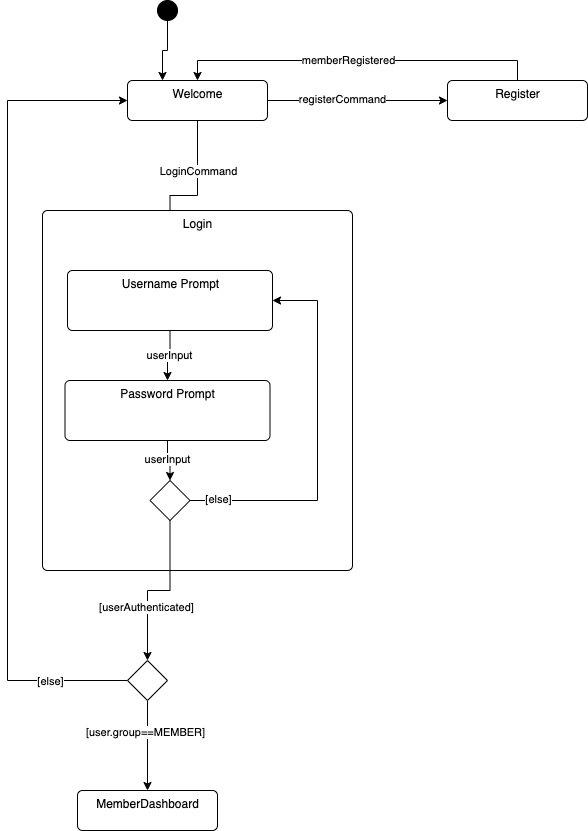
The draw.io diagram diagrams/state.png in ArthurAtangana/club-management-system, before a commit. Source tidied: cells renumbered, new cells last; positions are measured from the earlier drawing's top-left corner, leaving out a move shared by most shapes.
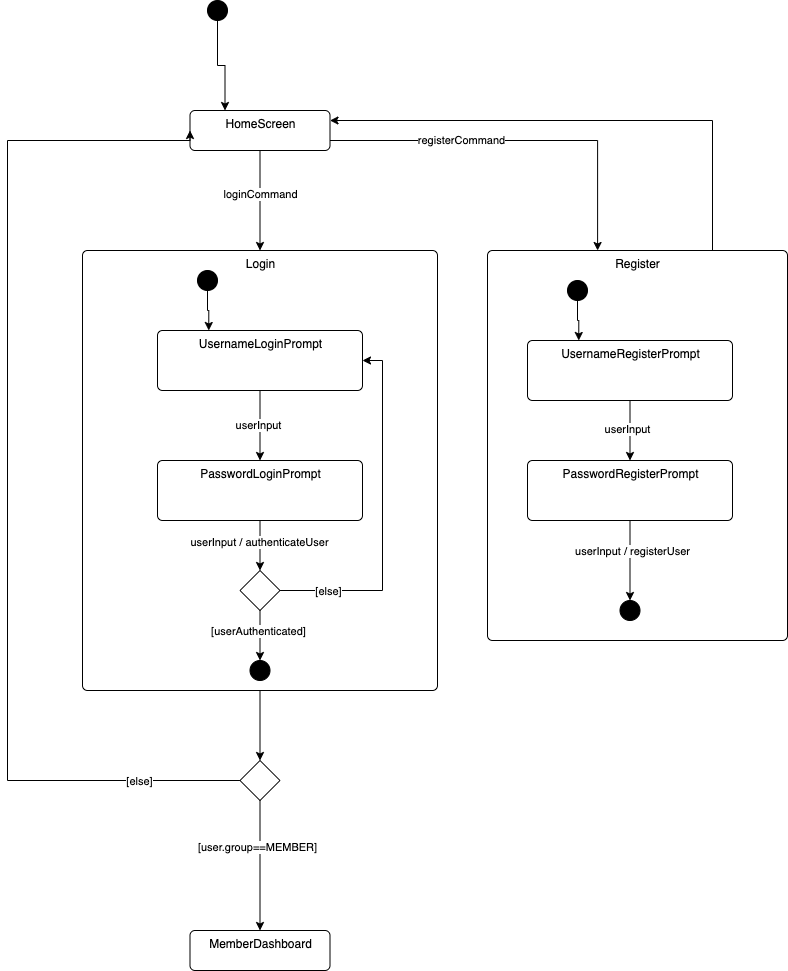
The same diagram one commit later.

Commit message:
docs: update state diagram to current model

Diff of the diagram source:
```diff
@@ -2,37 +2,37 @@
   <root>
     <mxCell id="0" />
     <mxCell id="1" parent="0" />
-    <mxCell id="2" style="edgeStyle=orthogonalEdgeStyle;rounded=0;jettySize=auto;html=1;exitX=1;exitY=0.5;exitDx=0;exitDy=0;entryX=0;entryY=0.5;entryDx=0;entryDy=0;" parent="1" edge="1" source="6" target="10">
+    <mxCell id="2" style="edgeStyle=orthogonalEdgeStyle;rounded=0;jettySize=auto;html=1;exitX=1;exitY=0.75;exitDx=0;exitDy=0;entryX=0.367;entryY=0;entryDx=0;entryDy=0;entryPerimeter=0;" parent="1" edge="1" source="6" target="10">
       <mxGeometry relative="1" as="geometry" />
     </mxCell>
     <mxCell id="3" value="registerCommand" style="edgeLabel;html=1;align=center;verticalAlign=middle;" parent="2" vertex="1">
-      <mxGeometry x="-0.18" y="2" relative="1" as="geometry" />
+      <mxGeometry x="-0.31" y="1" relative="1" as="geometry">
+        <mxPoint x="1" as="offset" />
+      </mxGeometry>
     </mxCell>
-    <mxCell id="4" style="edgeStyle=orthogonalEdgeStyle;rounded=0;jettySize=auto;html=1;exitX=0.5;exitY=1;exitDx=0;exitDy=0;" parent="1" edge="1" source="6" target="21">
-      <mxGeometry relative="1" as="geometry" />
-    </mxCell>
-    <mxCell id="5" value="LoginCommand" style="edgeLabel;html=1;align=center;verticalAlign=middle;" parent="4" vertex="1">
-      <mxGeometry x="-0.35" y="-2" relative="1" as="geometry">
-        <mxPoint x="2" y="-8" as="offset" />
-      </mxGeometry>
-    </mxCell>
+    <mxCell id="30" style="edgeStyle=orthogonalEdgeStyle;rounded=0;jettySize=auto;html=1;entryX=0.5;entryY=0;entryDx=0;entryDy=0;" parent="1" edge="1" source="6" target="7">
+      <mxGeometry relative="1" as="geometry" />
+    </mxCell>
+    <mxCell id="31" value="loginCommand" style="edgeLabel;html=1;align=center;verticalAlign=middle;" parent="30" vertex="1">
+      <mxGeometry x="-0.14" relative="1" as="geometry" />
+    </mxCell>
-    <mxCell id="6" value="Welcome" style="html=1;align=center;verticalAlign=top;rounded=1;absoluteArcSize=1;arcSize=10;dashed=0;" parent="1" vertex="1">
-      <mxGeometry x="120" y="80" width="140" height="40" as="geometry" />
+    <mxCell id="6" value="HomeScreen" style="html=1;align=center;verticalAlign=top;rounded=1;absoluteArcSize=1;arcSize=10;dashed=0;" parent="1" vertex="1">
+      <mxGeometry x="92.5" y="70" width="140" height="40" as="geometry" />
     </mxCell>
+    <mxCell id="32" style="edgeStyle=orthogonalEdgeStyle;rounded=0;jettySize=auto;html=1;entryX=0.5;entryY=0;entryDx=0;entryDy=0;" parent="1" edge="1" source="7" target="16">
+      <mxGeometry relative="1" as="geometry" />
+    </mxCell>
     <mxCell id="7" value="Login" style="html=1;align=center;verticalAlign=top;rounded=1;absoluteArcSize=1;arcSize=10;dashed=0;" parent="1" vertex="1">
-      <mxGeometry x="35" y="210" width="310" height="360" as="geometry" />
+      <mxGeometry x="-15" y="210" width="355" height="440" as="geometry" />
     </mxCell>
-    <mxCell id="8" style="edgeStyle=orthogonalEdgeStyle;rounded=0;jettySize=auto;html=1;exitX=0.5;exitY=0;exitDx=0;exitDy=0;entryX=0.5;entryY=0;entryDx=0;entryDy=0;" parent="1" edge="1" source="10" target="6">
+    <mxCell id="8" style="edgeStyle=orthogonalEdgeStyle;rounded=0;jettySize=auto;html=1;exitX=0.75;exitY=0;exitDx=0;exitDy=0;entryX=1;entryY=0.25;entryDx=0;entryDy=0;" parent="1" edge="1" source="10" target="6">
       <mxGeometry relative="1" as="geometry" />
     </mxCell>
-    <mxCell id="9" value="memberRegistered" style="edgeLabel;html=1;align=center;verticalAlign=middle;" parent="8" vertex="1">
-      <mxGeometry x="0.06" y="-1" relative="1" as="geometry" />
-    </mxCell>
     <mxCell id="10" value="Register" style="html=1;align=center;verticalAlign=top;rounded=1;absoluteArcSize=1;arcSize=10;dashed=0;" parent="1" vertex="1">
-      <mxGeometry x="440" y="80" width="140" height="40" as="geometry" />
+      <mxGeometry x="390" y="210" width="300" height="390" as="geometry" />
     </mxCell>
     <mxCell id="11" value="MemberDashboard" style="html=1;align=center;verticalAlign=top;rounded=1;absoluteArcSize=1;arcSize=10;dashed=0;" parent="1" vertex="1">
-      <mxGeometry x="70" y="790" width="140" height="40" as="geometry" />
+      <mxGeometry x="92.5" y="890" width="140" height="40" as="geometry" />
     </mxCell>
     <mxCell id="12" style="edgeStyle=orthogonalEdgeStyle;rounded=0;jettySize=auto;html=1;exitX=0.5;exitY=1;exitDx=0;exitDy=0;entryX=0.5;entryY=0;entryDx=0;entryDy=0;" parent="1" edge="1" source="16" target="11">
       <mxGeometry relative="1" as="geometry" />
@@ -43,8 +43,9 @@
     <mxCell id="14" style="edgeStyle=orthogonalEdgeStyle;rounded=0;jettySize=auto;html=1;exitX=0;exitY=0.5;exitDx=0;exitDy=0;entryX=0;entryY=0.5;entryDx=0;entryDy=0;" parent="1" edge="1" source="16" target="6">
       <mxGeometry relative="1" as="geometry">
         <Array as="points">
-          <mxPoint y="680" />
-          <mxPoint y="100" />
+          <mxPoint x="-90" y="740" />
+          <mxPoint x="-90" y="100" />
+          <mxPoint x="93" y="100" />
         </Array>
       </mxGeometry>
     </mxCell>
@@ -52,13 +53,13 @@
       <mxGeometry x="-0.81" relative="1" as="geometry" />
     </mxCell>
     <mxCell id="16" style="rhombus;whiteSpace=wrap;html=1;" parent="1" vertex="1">
-      <mxGeometry x="120" y="660" width="40" height="40" as="geometry" />
+      <mxGeometry x="142.5" y="720" width="40" height="40" as="geometry" />
     </mxCell>
     <mxCell id="17" style="edgeStyle=orthogonalEdgeStyle;rounded=0;jettySize=auto;html=1;exitX=0.5;exitY=1;exitDx=0;exitDy=0;entryX=0.25;entryY=0;entryDx=0;entryDy=0;" parent="1" edge="1" source="18" target="6">
       <mxGeometry relative="1" as="geometry" />
     </mxCell>
     <mxCell id="18" style="shape=ellipse;html=1;fillColor=strokeColor;fontSize=18;fontColor=#ffffff;" parent="1" vertex="1">
-      <mxGeometry x="150" width="20" height="20" as="geometry" />
+      <mxGeometry x="110" y="-40" width="20" height="20" as="geometry" />
     </mxCell>
     <mxCell id="19" style="edgeStyle=orthogonalEdgeStyle;rounded=0;jettySize=auto;html=1;exitX=0.5;exitY=1;exitDx=0;exitDy=0;" parent="1" edge="1" source="21" target="24">
       <mxGeometry relative="1" as="geometry" />
@@ -68,38 +69,75 @@
         <mxPoint x="-1" as="offset" />
       </mxGeometry>
     </mxCell>
-    <mxCell id="21" value="Username Prompt" style="html=1;align=center;verticalAlign=top;rounded=1;absoluteArcSize=1;arcSize=10;dashed=0;" parent="1" vertex="1">
-      <mxGeometry x="60" y="270" width="205" height="60" as="geometry" />
+    <mxCell id="21" value="UsernameLoginPrompt" style="html=1;align=center;verticalAlign=top;rounded=1;absoluteArcSize=1;arcSize=10;dashed=0;" parent="1" vertex="1">
+      <mxGeometry x="60" y="290" width="205" height="60" as="geometry" />
     </mxCell>
     <mxCell id="22" style="edgeStyle=orthogonalEdgeStyle;rounded=0;jettySize=auto;html=1;exitX=0.5;exitY=1;exitDx=0;exitDy=0;" parent="1" edge="1" source="24" target="29">
       <mxGeometry relative="1" as="geometry" />
     </mxCell>
-    <mxCell id="23" value="userInput" style="edgeLabel;html=1;align=center;verticalAlign=middle;" parent="22" vertex="1">
+    <mxCell id="23" value="userInput / authenticateUser" style="edgeLabel;html=1;align=center;verticalAlign=middle;" parent="22" vertex="1">
       <mxGeometry x="-0.15" y="-1" relative="1" as="geometry" />
     </mxCell>
-    <mxCell id="24" value="Password Prompt" style="html=1;align=center;verticalAlign=top;rounded=1;absoluteArcSize=1;arcSize=10;dashed=0;" parent="1" vertex="1">
-      <mxGeometry x="57.5" y="380" width="205" height="60" as="geometry" />
+    <mxCell id="24" value="PasswordLoginPrompt" style="html=1;align=center;verticalAlign=top;rounded=1;absoluteArcSize=1;arcSize=10;dashed=0;" parent="1" vertex="1">
+      <mxGeometry x="60" y="420" width="205" height="60" as="geometry" />
     </mxCell>
+    <mxCell id="33" style="edgeStyle=orthogonalEdgeStyle;rounded=0;jettySize=auto;html=1;entryX=0.5;entryY=0;entryDx=0;entryDy=0;" parent="1" edge="1" source="29" target="45">
+      <mxGeometry relative="1" as="geometry" />
+    </mxCell>
+    <mxCell id="28" value="[userAuthenticated]" style="edgeLabel;html=1;align=center;verticalAlign=middle;" parent="33" vertex="1">
+      <mxGeometry x="-0.2" y="-2" relative="1" as="geometry" />
+    </mxCell>
-    <mxCell id="25" style="edgeStyle=orthogonalEdgeStyle;rounded=0;jettySize=auto;html=1;exitX=1;exitY=0.5;exitDx=0;exitDy=0;entryX=1;entryY=0.5;entryDx=0;entryDy=0;" parent="1" edge="1" source="29" target="21">
+    <mxCell id="25" style="edgeStyle=orthogonalEdgeStyle;rounded=0;jettySize=auto;html=1;entryX=1;entryY=0.5;entryDx=0;entryDy=0;" parent="1" edge="1" source="29" target="21">
       <mxGeometry relative="1" as="geometry">
         <Array as="points">
-          <mxPoint x="310" y="500" />
-          <mxPoint x="310" y="300" />
-          <mxPoint x="265" y="300" />
+          <mxPoint x="285" y="550" />
+          <mxPoint x="285" y="320" />
         </Array>
       </mxGeometry>
     </mxCell>
     <mxCell id="26" value="[else]" style="edgeLabel;html=1;align=center;verticalAlign=middle;" parent="25" vertex="1">
-      <mxGeometry x="-0.85" y="2" relative="1" as="geometry" />
+      <mxGeometry x="-0.79" relative="1" as="geometry">
+        <mxPoint x="10" as="offset" />
+      </mxGeometry>
     </mxCell>
-    <mxCell id="27" style="edgeStyle=orthogonalEdgeStyle;rounded=0;jettySize=auto;html=1;exitX=0.5;exitY=1;exitDx=0;exitDy=0;entryX=0.5;entryY=0;entryDx=0;entryDy=0;" parent="1" edge="1" source="29" target="16">
-      <mxGeometry relative="1" as="geometry" />
-    </mxCell>
-    <mxCell id="28" value="[userAuthenticated]" style="edgeLabel;html=1;align=center;verticalAlign=middle;" parent="27" vertex="1">
-      <mxGeometry x="0.34" y="-2" relative="1" as="geometry" />
-    </mxCell>
     <mxCell id="29" style="rhombus;whiteSpace=wrap;html=1;" parent="1" vertex="1">
-      <mxGeometry x="142.5" y="480" width="40" height="40" as="geometry" />
+      <mxGeometry x="142.5" y="530" width="40" height="40" as="geometry" />
     </mxCell>
+    <mxCell id="34" style="edgeStyle=orthogonalEdgeStyle;rounded=0;jettySize=auto;html=1;exitX=0.5;exitY=1;exitDx=0;exitDy=0;entryX=0.5;entryY=0;entryDx=0;entryDy=0;" parent="1" edge="1" source="36" target="39">
+      <mxGeometry relative="1" as="geometry" />
+    </mxCell>
+    <mxCell id="35" value="userInput" style="edgeLabel;html=1;align=center;verticalAlign=middle;" parent="34" vertex="1">
+      <mxGeometry x="-0.08" y="-3" relative="1" as="geometry" />
+    </mxCell>
+    <mxCell id="36" value="UsernameRegisterPrompt" style="html=1;align=center;verticalAlign=top;rounded=1;absoluteArcSize=1;arcSize=10;dashed=0;" parent="1" vertex="1">
+      <mxGeometry x="430" y="300" width="205" height="60" as="geometry" />
+    </mxCell>
+    <mxCell id="37" style="edgeStyle=orthogonalEdgeStyle;rounded=0;jettySize=auto;html=1;exitX=0.5;exitY=1;exitDx=0;exitDy=0;entryX=0.5;entryY=0;entryDx=0;entryDy=0;" parent="1" edge="1" source="39" target="40">
+      <mxGeometry relative="1" as="geometry" />
+    </mxCell>
+    <mxCell id="38" value="userInput / registerUser" style="edgeLabel;html=1;align=center;verticalAlign=middle;" parent="37" vertex="1">
+      <mxGeometry x="-0.25" y="2" relative="1" as="geometry" />
+    </mxCell>
+    <mxCell id="39" value="PasswordRegisterPrompt" style="html=1;align=center;verticalAlign=top;rounded=1;absoluteArcSize=1;arcSize=10;dashed=0;" parent="1" vertex="1">
+      <mxGeometry x="430" y="420" width="205" height="60" as="geometry" />
+    </mxCell>
+    <mxCell id="40" style="shape=ellipse;html=1;fillColor=strokeColor;fontSize=18;fontColor=#ffffff;" parent="1" vertex="1">
+      <mxGeometry x="522.5" y="560" width="20" height="20" as="geometry" />
+    </mxCell>
+    <mxCell id="41" style="edgeStyle=orthogonalEdgeStyle;rounded=0;jettySize=auto;html=1;entryX=0.25;entryY=0;entryDx=0;entryDy=0;" parent="1" edge="1" source="42" target="36">
+      <mxGeometry relative="1" as="geometry" />
+    </mxCell>
+    <mxCell id="42" style="shape=ellipse;html=1;fillColor=strokeColor;fontSize=18;fontColor=#ffffff;" parent="1" vertex="1">
+      <mxGeometry x="470" y="240" width="20" height="20" as="geometry" />
+    </mxCell>
+    <mxCell id="43" style="edgeStyle=orthogonalEdgeStyle;rounded=0;jettySize=auto;html=1;entryX=0.25;entryY=0;entryDx=0;entryDy=0;" parent="1" edge="1" source="44" target="21">
+      <mxGeometry relative="1" as="geometry" />
+    </mxCell>
+    <mxCell id="44" style="shape=ellipse;html=1;fillColor=strokeColor;fontSize=18;fontColor=#ffffff;" parent="1" vertex="1">
+      <mxGeometry x="100" y="230" width="20" height="20" as="geometry" />
+    </mxCell>
+    <mxCell id="45" style="shape=ellipse;html=1;fillColor=strokeColor;fontSize=18;fontColor=#ffffff;" parent="1" vertex="1">
+      <mxGeometry x="152.5" y="620" width="20" height="20" as="geometry" />
+    </mxCell>
   </root>
 </mxGraphModel>
```
